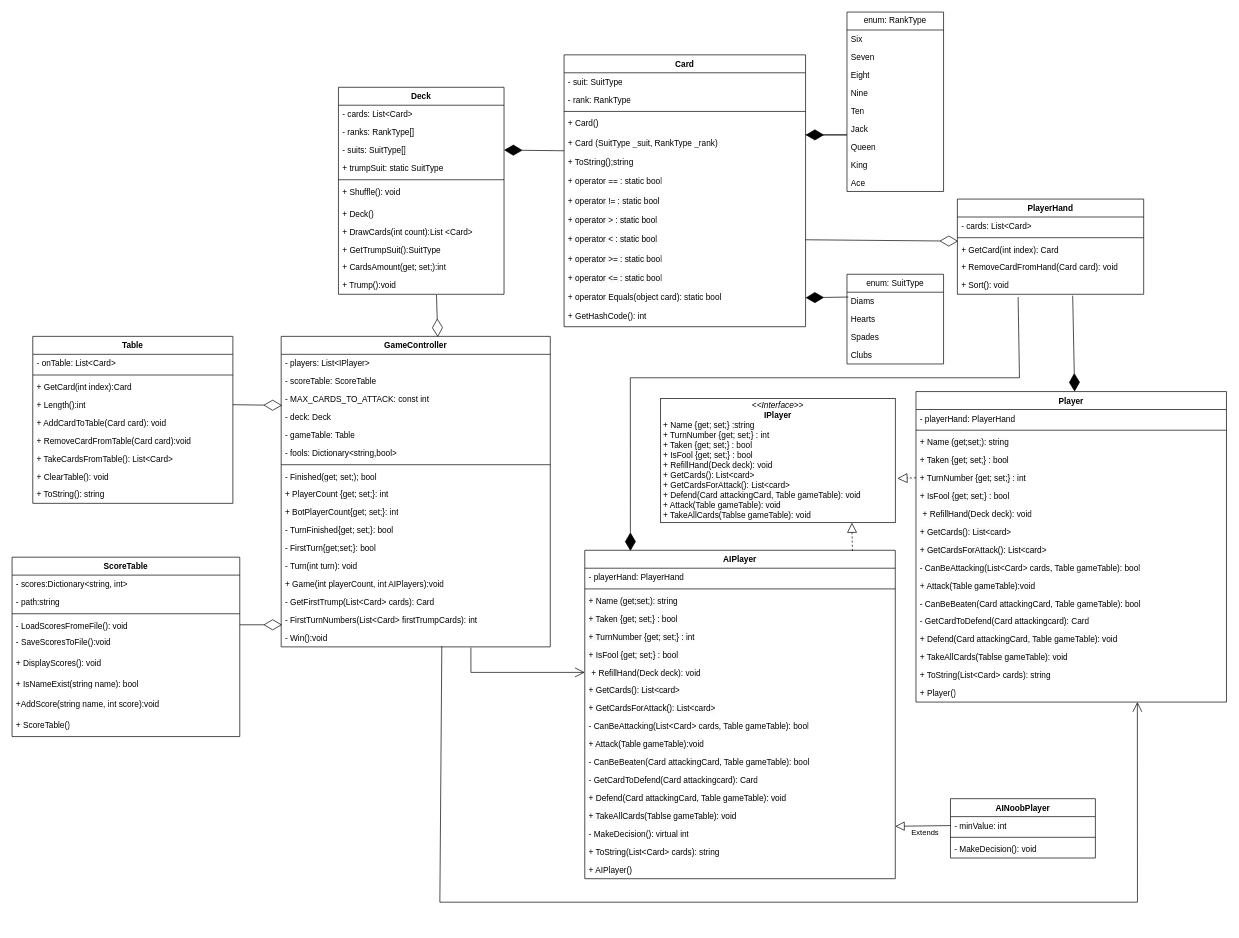
Before: Docs/ДуракМодель.drawio in Stebusha/TheFool, a draw.io diagram. Source tidied: cells renumbered, new cells numbered last; positions are measured from the earlier drawing's top-left corner, leaving out a move shared by most shapes. Both pictures are drawn from the tidied source at 69%, with x=0, y=0 at pixel (12, 12).
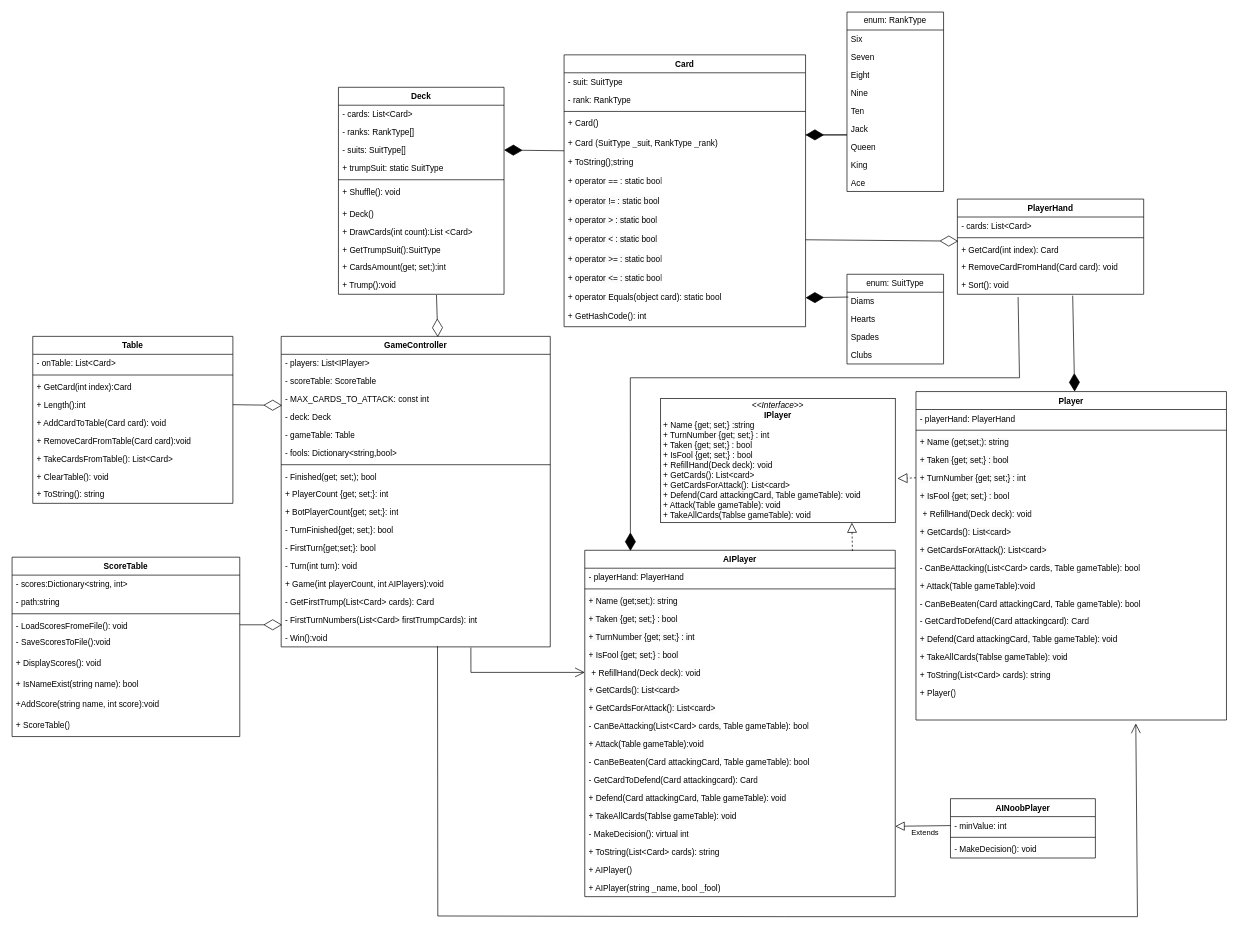
Above is the later version.

Unchanged cells that the change refers to:
```xml
<mxCell id="35" value="- Win():void" style="text;strokeColor=none;fillColor=none;align=left;verticalAlign=top;spacingLeft=4;spacingRight=4;overflow=hidden;points=[[0,0.5],[1,0.5]];portConstraint=eastwest;whiteSpace=wrap;html=1;" parent="18" vertex="1">
  <mxGeometry y="424" width="390" height="26" as="geometry" />
</mxCell>
<mxCell id="130" value="+ Player()" style="text;strokeColor=none;fillColor=none;align=left;verticalAlign=top;spacingLeft=4;spacingRight=4;overflow=hidden;points=[[0,0.5],[1,0.5]];portConstraint=eastwest;whiteSpace=wrap;html=1;" parent="113" vertex="1">
  <mxGeometry y="424" width="450" height="26" as="geometry" />
</mxCell>
```

The edit, as a diff of the source:
```diff
@@
     <mxCell id="73" value="AIPlayer" style="swimlane;fontStyle=1;align=center;verticalAlign=top;horizontal=1;startSize=26;whiteSpace=wrap;html=1;" parent="1" vertex="1">
-      <mxGeometry x="830" y="780" width="450" height="476" as="geometry" />
+      <mxGeometry x="830" y="780" width="450" height="502" as="geometry" />
     </mxCell>
@@
+    <mxCell id="144" value="+ AIPlayer(string _name, bool _fool)" style="text;strokeColor=none;fillColor=none;align=left;verticalAlign=top;spacingLeft=4;spacingRight=4;overflow=hidden;whiteSpace=wrap;html=1;" parent="73" vertex="1">
+      <mxGeometry y="476" width="450" height="26" as="geometry" />
+    </mxCell>
@@
     <mxCell id="113" value="Player" style="swimlane;fontStyle=1;align=center;verticalAlign=top;horizontal=1;startSize=26;whiteSpace=wrap;html=1;" parent="1" vertex="1">
-      <mxGeometry x="1310" y="550" width="450" height="450" as="geometry" />
+      <mxGeometry x="1310" y="550" width="450" height="476" as="geometry" />
     </mxCell>
@@
+    <mxCell id="145" style="text;strokeColor=none;fillColor=none;align=left;verticalAlign=top;spacingLeft=4;spacingRight=4;overflow=hidden;points=[[0,0.5],[1,0.5]];portConstraint=eastwest;whiteSpace=wrap;html=1;" parent="113" vertex="1">
+      <mxGeometry y="450" width="450" height="26" as="geometry" />
+    </mxCell>
@@
-    <mxCell id="141" style="endArrow=open;endFill=1;endSize=12;html=1;rounded=0;exitX=0.597;exitY=0.962;exitDx=0;exitDy=0;exitPerimeter=0;entryX=0.713;entryY=1;entryDx=0;entryDy=0;entryPerimeter=0;" parent="1" edge="1" source="35" target="130">
+    <mxCell id="141" style="endArrow=open;endFill=1;endSize=12;html=1;rounded=0;exitX=0.581;exitY=0.962;exitDx=0;exitDy=0;exitPerimeter=0;entryX=0.708;entryY=1.192;entryDx=0;entryDy=0;entryPerimeter=0;" parent="1" edge="1" source="35" target="145">
       <mxGeometry relative="1" as="geometry">
         <Array as="points">
-          <mxPoint x="620" y="1290" />
-          <mxPoint x="1631" y="1290" />
+          <mxPoint x="617" y="1310" />
+          <mxPoint x="1120" y="1311" />
+          <mxPoint x="1631" y="1311" />
         </Array>
       </mxGeometry>
     </mxCell>
```
